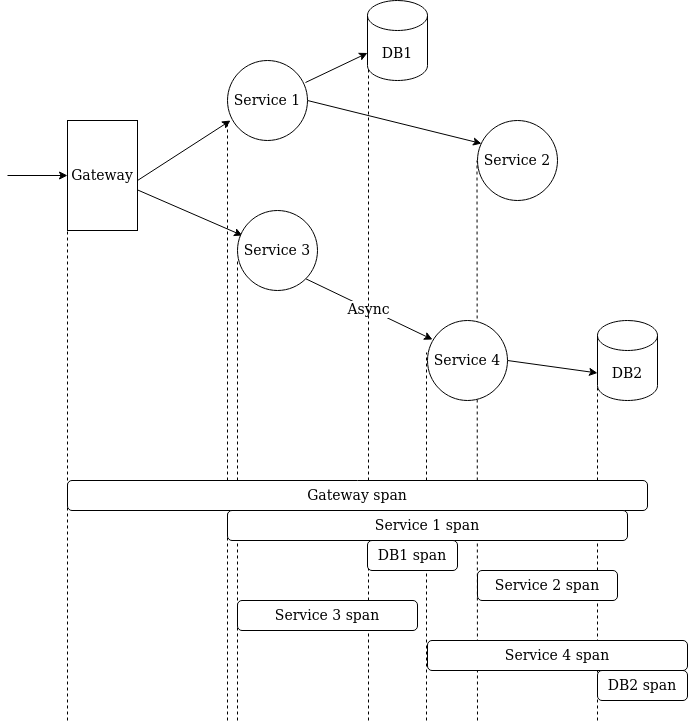
Earlier version of the draw.io export _data/Tracing.png (AlexandruBurlacu/alexandruburlacu.github.io). Source tidied: cells renumbered, new cells last; positions are measured from the earlier drawing's top-left corner, leaving out a move shared by most shapes.
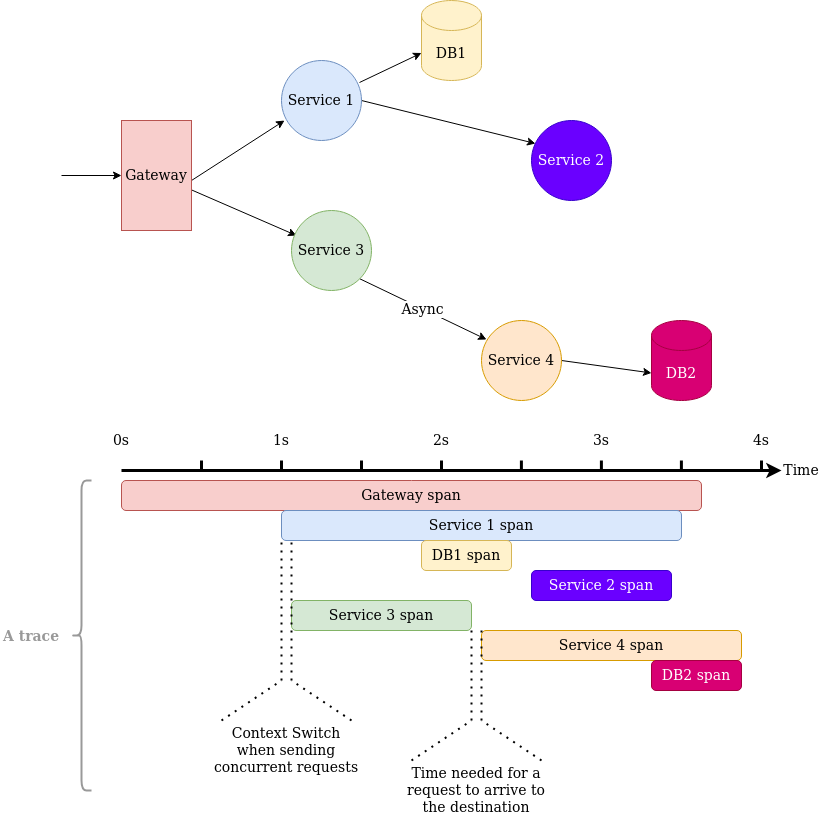
After the commit.

The edit, as a diff of the source:
```diff
@@ -29,89 +29,178 @@
         <mxPoint y="175" as="sourcePoint" />
       </mxGeometry>
     </mxCell>
-    <mxCell id="9" style="endArrow=none;dashed=1;html=1;" parent="1" edge="1">
-      <mxGeometry relative="1" as="geometry">
-        <mxPoint x="60" y="720" as="sourcePoint" />
-        <mxPoint x="60" y="230" as="targetPoint" />
-      </mxGeometry>
-    </mxCell>
-    <mxCell id="10" style="endArrow=none;dashed=1;html=1;" parent="1" edge="1">
-      <mxGeometry relative="1" as="geometry">
-        <mxPoint x="220" y="720" as="sourcePoint" />
-        <mxPoint x="220" y="120" as="targetPoint" />
-      </mxGeometry>
-    </mxCell>
-    <mxCell id="11" style="endArrow=none;dashed=1;html=1;" parent="1" edge="1">
-      <mxGeometry relative="1" as="geometry">
-        <mxPoint x="230" y="720" as="sourcePoint" />
-        <mxPoint x="230" y="260" as="targetPoint" />
-      </mxGeometry>
-    </mxCell>
-    <mxCell id="12" style="endArrow=none;dashed=1;html=1;" parent="1" edge="1">
-      <mxGeometry relative="1" as="geometry">
-        <mxPoint x="419" y="720" as="sourcePoint" />
-        <mxPoint x="419" y="352" as="targetPoint" />
-      </mxGeometry>
-    </mxCell>
-    <mxCell id="13" style="endArrow=none;dashed=1;html=1;" parent="1" edge="1">
-      <mxGeometry relative="1" as="geometry">
-        <mxPoint x="361" y="720" as="sourcePoint" />
-        <mxPoint x="361" y="51" as="targetPoint" />
-      </mxGeometry>
-    </mxCell>
-    <mxCell id="14" style="endArrow=none;dashed=1;html=1;" parent="1" edge="1">
-      <mxGeometry relative="1" as="geometry">
-        <mxPoint x="590" y="720" as="sourcePoint" />
-        <mxPoint x="590" y="370" as="targetPoint" />
-      </mxGeometry>
-    </mxCell>
-    <mxCell id="15" style="endArrow=none;dashed=1;html=1;" parent="1" edge="1">
-      <mxGeometry relative="1" as="geometry">
-        <mxPoint x="470" y="720" as="sourcePoint" />
-        <mxPoint x="469.5" y="160" as="targetPoint" />
-      </mxGeometry>
-    </mxCell>
-    <mxCell id="16" value="Gateway span" style="rounded=1;whiteSpace=wrap;html=1;" parent="1" vertex="1">
+    <mxCell id="16" value="Gateway span" style="rounded=1;whiteSpace=wrap;html=1;fillColor=#f8cecc;strokeColor=#b85450;" parent="1" vertex="1">
       <mxGeometry x="60" y="480" width="580" height="30" as="geometry" />
     </mxCell>
-    <mxCell id="17" value="Service 1 span" style="rounded=1;whiteSpace=wrap;html=1;" parent="1" vertex="1">
+    <mxCell id="17" value="Service 1 span" style="rounded=1;whiteSpace=wrap;html=1;fillColor=#dae8fc;strokeColor=#6c8ebf;" parent="1" vertex="1">
       <mxGeometry x="220" y="510" width="400" height="30" as="geometry" />
     </mxCell>
-    <mxCell id="18" value="Service 3 span" style="rounded=1;whiteSpace=wrap;html=1;" parent="1" vertex="1">
+    <mxCell id="18" value="Service 3 span" style="rounded=1;whiteSpace=wrap;html=1;fillColor=#d5e8d4;strokeColor=#82b366;" parent="1" vertex="1">
       <mxGeometry x="230" y="600" width="180" height="30" as="geometry" />
     </mxCell>
-    <mxCell id="19" value="Service 4 span" style="rounded=1;whiteSpace=wrap;html=1;" parent="1" vertex="1">
-      <mxGeometry x="420" y="640" width="260" height="30" as="geometry" />
+    <mxCell id="19" value="Service 4 span" style="rounded=1;whiteSpace=wrap;html=1;fillColor=#ffe6cc;strokeColor=#d79b00;" parent="1" vertex="1">
+      <mxGeometry x="420" y="630" width="260" height="30" as="geometry" />
     </mxCell>
-    <mxCell id="20" value="DB2 span" style="rounded=1;whiteSpace=wrap;html=1;" parent="1" vertex="1">
-      <mxGeometry x="590" y="670" width="90" height="30" as="geometry" />
+    <mxCell id="20" value="DB2 span" style="rounded=1;whiteSpace=wrap;html=1;fillColor=#d80073;strokeColor=#A50040;fontColor=#ffffff;" parent="1" vertex="1">
+      <mxGeometry x="590" y="660" width="90" height="30" as="geometry" />
     </mxCell>
-    <mxCell id="21" value="DB1 span" style="rounded=1;whiteSpace=wrap;html=1;" parent="1" vertex="1">
+    <mxCell id="21" value="DB1 span" style="rounded=1;whiteSpace=wrap;html=1;fillColor=#fff2cc;strokeColor=#d6b656;" parent="1" vertex="1">
       <mxGeometry x="360" y="540" width="90" height="30" as="geometry" />
     </mxCell>
-    <mxCell id="22" value="Service 2 span" style="rounded=1;whiteSpace=wrap;html=1;" parent="1" vertex="1">
+    <mxCell id="22" value="Service 2 span" style="rounded=1;whiteSpace=wrap;html=1;fillColor=#6a00ff;strokeColor=#3700CC;fontColor=#ffffff;" parent="1" vertex="1">
       <mxGeometry x="470" y="570" width="140" height="30" as="geometry" />
     </mxCell>
-    <mxCell id="23" value="&lt;div&gt;Gateway&lt;/div&gt;" style="rounded=0;whiteSpace=wrap;html=1;rotation=0;" parent="1" vertex="1">
+    <mxCell id="23" value="&lt;div&gt;Gateway&lt;/div&gt;" style="rounded=0;whiteSpace=wrap;html=1;rotation=0;fillColor=#f8cecc;strokeColor=#b85450;" parent="1" vertex="1">
       <mxGeometry x="60" y="120" width="70" height="110" as="geometry" />
     </mxCell>
-    <mxCell id="24" value="&lt;div&gt;Service 1&lt;/div&gt;" style="ellipse;whiteSpace=wrap;html=1;" parent="1" vertex="1">
+    <mxCell id="24" value="&lt;div&gt;Service 1&lt;/div&gt;" style="ellipse;whiteSpace=wrap;html=1;fillColor=#dae8fc;strokeColor=#6c8ebf;" parent="1" vertex="1">
       <mxGeometry x="220" y="60" width="80" height="80" as="geometry" />
     </mxCell>
-    <mxCell id="25" value="&lt;div&gt;Service 2&lt;br&gt;&lt;/div&gt;" style="ellipse;whiteSpace=wrap;html=1;" parent="1" vertex="1">
+    <mxCell id="25" value="&lt;div&gt;Service 2&lt;br&gt;&lt;/div&gt;" style="ellipse;whiteSpace=wrap;html=1;fillColor=#6a00ff;strokeColor=#3700CC;fontColor=#ffffff;" parent="1" vertex="1">
       <mxGeometry x="470" y="120" width="80" height="80" as="geometry" />
     </mxCell>
-    <mxCell id="26" value="&lt;div&gt;Service 3&lt;br&gt;&lt;/div&gt;" style="ellipse;whiteSpace=wrap;html=1;" parent="1" vertex="1">
+    <mxCell id="26" value="&lt;div&gt;Service 3&lt;br&gt;&lt;/div&gt;" style="ellipse;whiteSpace=wrap;html=1;fillColor=#d5e8d4;strokeColor=#82b366;" parent="1" vertex="1">
       <mxGeometry x="230" y="210" width="80" height="80" as="geometry" />
     </mxCell>
-    <mxCell id="27" value="Service 4" style="ellipse;whiteSpace=wrap;html=1;" parent="1" vertex="1">
+    <mxCell id="27" value="Service 4" style="ellipse;whiteSpace=wrap;html=1;fillColor=#ffe6cc;strokeColor=#d79b00;" parent="1" vertex="1">
       <mxGeometry x="420" y="320" width="80" height="80" as="geometry" />
     </mxCell>
-    <mxCell id="28" value="DB1" style="shape=cylinder3;whiteSpace=wrap;html=1;boundedLbl=1;backgroundOutline=1;size=15;" parent="1" vertex="1">
+    <mxCell id="28" value="DB1" style="shape=cylinder3;whiteSpace=wrap;html=1;boundedLbl=1;backgroundOutline=1;size=15;fillColor=#fff2cc;strokeColor=#d6b656;" parent="1" vertex="1">
       <mxGeometry x="360" width="60" height="80" as="geometry" />
     </mxCell>
-    <mxCell id="29" value="DB2" style="shape=cylinder3;whiteSpace=wrap;html=1;boundedLbl=1;backgroundOutline=1;size=15;" parent="1" vertex="1">
+    <mxCell id="29" value="DB2" style="shape=cylinder3;whiteSpace=wrap;html=1;boundedLbl=1;backgroundOutline=1;size=15;fillColor=#d80073;strokeColor=#A50040;fontColor=#ffffff;" parent="1" vertex="1">
       <mxGeometry x="590" y="320" width="60" height="80" as="geometry" />
     </mxCell>
+    <mxCell id="30" style="endArrow=classic;html=1;strokeWidth=3;" parent="1" edge="1">
+      <mxGeometry relative="1" as="geometry">
+        <mxPoint x="60" y="470" as="sourcePoint" />
+        <mxPoint x="720" y="470" as="targetPoint" />
+      </mxGeometry>
+    </mxCell>
+    <mxCell id="31" style="endArrow=none;html=1;strokeWidth=3;" parent="1" edge="1">
+      <mxGeometry relative="1" as="geometry">
+        <mxPoint x="140" y="470" as="sourcePoint" />
+        <mxPoint x="140" y="460" as="targetPoint" />
+      </mxGeometry>
+    </mxCell>
+    <mxCell id="32" style="endArrow=none;html=1;strokeWidth=3;" parent="1" edge="1">
+      <mxGeometry relative="1" as="geometry">
+        <mxPoint x="220" y="470" as="sourcePoint" />
+        <mxPoint x="220" y="460" as="targetPoint" />
+      </mxGeometry>
+    </mxCell>
+    <mxCell id="33" style="endArrow=none;html=1;strokeWidth=3;" parent="1" edge="1">
+      <mxGeometry relative="1" as="geometry">
+        <mxPoint x="300" y="470" as="sourcePoint" />
+        <mxPoint x="300" y="460" as="targetPoint" />
+      </mxGeometry>
+    </mxCell>
+    <mxCell id="34" style="endArrow=none;html=1;strokeWidth=3;" parent="1" edge="1">
+      <mxGeometry relative="1" as="geometry">
+        <mxPoint x="380" y="470" as="sourcePoint" />
+        <mxPoint x="380" y="460" as="targetPoint" />
+      </mxGeometry>
+    </mxCell>
+    <mxCell id="35" style="endArrow=none;html=1;strokeWidth=3;" parent="1" edge="1">
+      <mxGeometry relative="1" as="geometry">
+        <mxPoint x="459.9" y="470" as="sourcePoint" />
+        <mxPoint x="459.9" y="460" as="targetPoint" />
+      </mxGeometry>
+    </mxCell>
+    <mxCell id="36" style="endArrow=none;html=1;strokeWidth=3;" parent="1" edge="1">
+      <mxGeometry relative="1" as="geometry">
+        <mxPoint x="539.9" y="470" as="sourcePoint" />
+        <mxPoint x="539.9" y="460" as="targetPoint" />
+      </mxGeometry>
+    </mxCell>
+    <mxCell id="37" style="endArrow=none;html=1;strokeWidth=3;" parent="1" edge="1">
+      <mxGeometry relative="1" as="geometry">
+        <mxPoint x="619.9" y="470" as="sourcePoint" />
+        <mxPoint x="619.9" y="460" as="targetPoint" />
+      </mxGeometry>
+    </mxCell>
+    <mxCell id="38" style="endArrow=none;html=1;strokeWidth=3;" parent="1" edge="1">
+      <mxGeometry relative="1" as="geometry">
+        <mxPoint x="700" y="470" as="sourcePoint" />
+        <mxPoint x="700" y="460" as="targetPoint" />
+      </mxGeometry>
+    </mxCell>
+    <mxCell id="39" value="Time" style="text;html=1;strokeColor=none;fillColor=none;align=center;verticalAlign=middle;whiteSpace=wrap;rounded=0;" parent="1" vertex="1">
+      <mxGeometry x="720" y="460" width="40" height="20" as="geometry" />
+    </mxCell>
+    <mxCell id="40" value="1s" style="text;html=1;strokeColor=none;fillColor=none;align=center;verticalAlign=middle;whiteSpace=wrap;rounded=0;" parent="1" vertex="1">
+      <mxGeometry x="200" y="430" width="40" height="20" as="geometry" />
+    </mxCell>
+    <mxCell id="41" value="2s" style="text;html=1;strokeColor=none;fillColor=none;align=center;verticalAlign=middle;whiteSpace=wrap;rounded=0;" parent="1" vertex="1">
+      <mxGeometry x="360" y="430" width="40" height="20" as="geometry" />
+    </mxCell>
+    <mxCell id="42" value="3s" style="text;html=1;strokeColor=none;fillColor=none;align=center;verticalAlign=middle;whiteSpace=wrap;rounded=0;" parent="1" vertex="1">
+      <mxGeometry x="520" y="430" width="40" height="20" as="geometry" />
+    </mxCell>
+    <mxCell id="43" value="4s" style="text;html=1;strokeColor=none;fillColor=none;align=center;verticalAlign=middle;whiteSpace=wrap;rounded=0;" parent="1" vertex="1">
+      <mxGeometry x="680" y="430" width="40" height="20" as="geometry" />
+    </mxCell>
+    <mxCell id="44" value="0s" style="text;html=1;strokeColor=none;fillColor=none;align=center;verticalAlign=middle;whiteSpace=wrap;rounded=0;" parent="1" vertex="1">
+      <mxGeometry x="40" y="430" width="40" height="20" as="geometry" />
+    </mxCell>
+    <mxCell id="45" style="endArrow=none;dashed=1;html=1;dashPattern=1 3;strokeWidth=2;" parent="1" edge="1">
+      <mxGeometry relative="1" as="geometry">
+        <mxPoint x="220" y="680" as="sourcePoint" />
+        <mxPoint x="220" y="540" as="targetPoint" />
+      </mxGeometry>
+    </mxCell>
+    <mxCell id="46" style="endArrow=none;dashed=1;html=1;dashPattern=1 3;strokeWidth=2;" parent="1" edge="1">
+      <mxGeometry relative="1" as="geometry">
+        <mxPoint x="230" y="680" as="sourcePoint" />
+        <mxPoint x="230" y="540" as="targetPoint" />
+      </mxGeometry>
+    </mxCell>
+    <mxCell id="47" style="endArrow=none;dashed=1;html=1;dashPattern=1 3;strokeWidth=2;" parent="1" edge="1">
+      <mxGeometry relative="1" as="geometry">
+        <mxPoint x="160" y="720" as="sourcePoint" />
+        <mxPoint x="220" y="680" as="targetPoint" />
+      </mxGeometry>
+    </mxCell>
+    <mxCell id="48" style="endArrow=none;dashed=1;html=1;dashPattern=1 3;strokeWidth=2;" parent="1" edge="1">
+      <mxGeometry relative="1" as="geometry">
+        <mxPoint x="290" y="720" as="sourcePoint" />
+        <mxPoint x="230" y="680" as="targetPoint" />
+      </mxGeometry>
+    </mxCell>
+    <mxCell id="49" value="Context Switch when sending concurrent requests" style="text;html=1;strokeColor=none;fillColor=none;align=center;verticalAlign=middle;whiteSpace=wrap;rounded=0;" parent="1" vertex="1">
+      <mxGeometry x="150" y="740" width="150" height="20" as="geometry" />
+    </mxCell>
+    <mxCell id="50" style="endArrow=none;dashed=1;html=1;dashPattern=1 3;strokeWidth=2;" parent="1" edge="1">
+      <mxGeometry relative="1" as="geometry">
+        <mxPoint x="410" y="720" as="sourcePoint" />
+        <mxPoint x="410" y="630" as="targetPoint" />
+      </mxGeometry>
+    </mxCell>
+    <mxCell id="51" style="endArrow=none;dashed=1;html=1;dashPattern=1 3;strokeWidth=2;entryX=0;entryY=0;entryDx=0;entryDy=0;" parent="1" edge="1" target="19">
+      <mxGeometry relative="1" as="geometry">
+        <mxPoint x="420" y="720" as="sourcePoint" />
+      </mxGeometry>
+    </mxCell>
+    <mxCell id="52" style="endArrow=none;dashed=1;html=1;dashPattern=1 3;strokeWidth=2;" parent="1" edge="1">
+      <mxGeometry relative="1" as="geometry">
+        <mxPoint x="350" y="760" as="sourcePoint" />
+        <mxPoint x="410" y="720" as="targetPoint" />
+      </mxGeometry>
+    </mxCell>
+    <mxCell id="53" style="endArrow=none;dashed=1;html=1;dashPattern=1 3;strokeWidth=2;" parent="1" edge="1">
+      <mxGeometry relative="1" as="geometry">
+        <mxPoint x="480" y="760" as="sourcePoint" />
+        <mxPoint x="420" y="720" as="targetPoint" />
+      </mxGeometry>
+    </mxCell>
+    <mxCell id="54" value="Time needed for a request to arrive to the destination" style="text;html=1;strokeColor=none;fillColor=none;align=center;verticalAlign=middle;whiteSpace=wrap;rounded=0;" parent="1" vertex="1">
+      <mxGeometry x="340" y="780" width="150" height="20" as="geometry" />
+    </mxCell>
+    <mxCell id="55" style="shape=curlyBracket;whiteSpace=wrap;html=1;rounded=1;strokeWidth=2;fontStyle=1;fontColor=#999999;strokeColor=#999999;" parent="1" vertex="1">
+      <mxGeometry x="10" y="480" width="20" height="310" as="geometry" />
+    </mxCell>
+    <mxCell id="56" value="A trace" style="text;html=1;strokeColor=none;fillColor=none;align=center;verticalAlign=middle;whiteSpace=wrap;rounded=0;strokeWidth=2;fontStyle=1;fontColor=#999999;" parent="1" vertex="1">
+      <mxGeometry x="-60" y="625" width="60" height="20" as="geometry" />
+    </mxCell>
   </root>
 </mxGraphModel>
```
